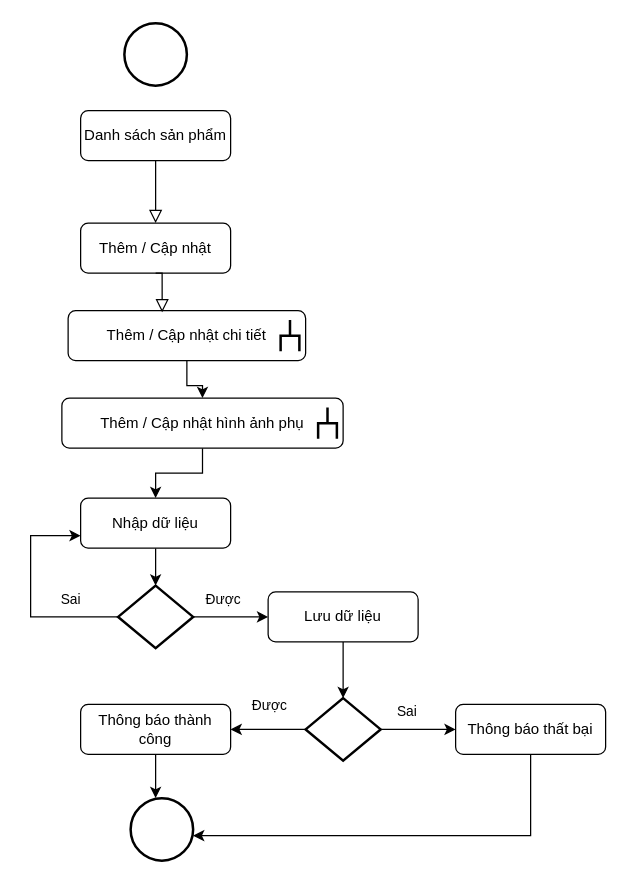
This is SanPhamFl.drawio from duongquocvu0411/CDSG-CNPM, a draw.io file, before an edit. Source tidied: cells renumbered, new cells numbered last; positions are measured from the earlier drawing's top-left corner, leaving out a move shared by most shapes. Both pictures are drawn from the tidied source at 125%, with x=0, y=0 at pixel (30, 22).
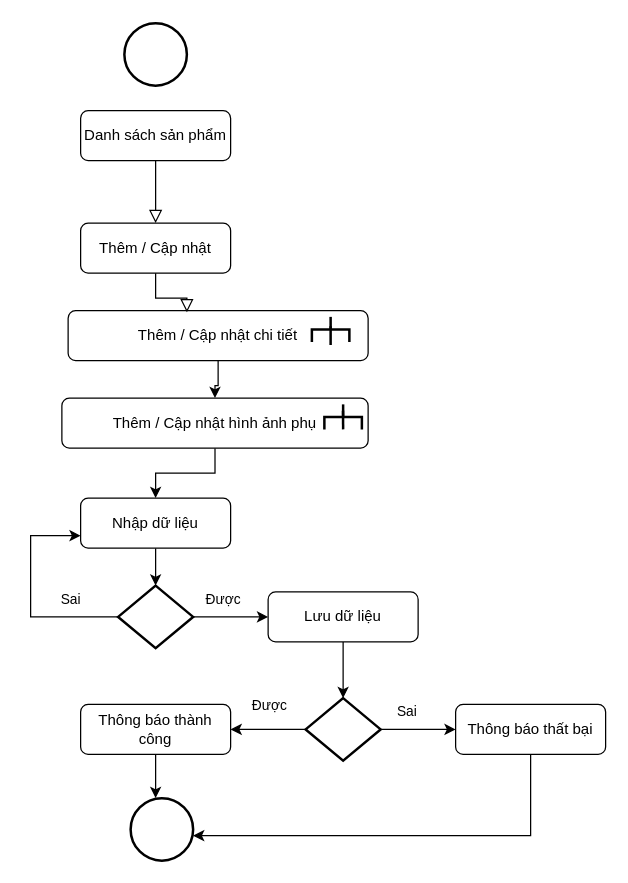
The same page after the edit.

The edit, as a diff of the source:
```diff
@@
     <mxCell id="26" value="Thêm / Cập nhật chi tiết" style="rounded=1;whiteSpace=wrap;html=1;fontSize=12;glass=0;strokeWidth=1;shadow=0;" parent="1" vertex="1">
-      <mxGeometry x="30" y="230" width="190" height="40" as="geometry" />
+      <mxGeometry x="30" y="230" width="240" height="40" as="geometry" />
     </mxCell>
@@
-    <mxCell id="28" style="strokeWidth=2;html=1;shape=mxgraph.flowchart.annotation_2;align=left;labelPosition=right;direction=south;" parent="1" vertex="1">
-      <mxGeometry x="200" y="237.5" width="15" height="25" as="geometry" />
-    </mxCell>
@@
     <mxCell id="30" value="Thêm / Cập nhật hình ảnh phụ" style="rounded=1;whiteSpace=wrap;html=1;fontSize=12;glass=0;strokeWidth=1;shadow=0;" parent="1" vertex="1">
-      <mxGeometry x="25" y="300" width="225" height="40" as="geometry" />
+      <mxGeometry x="25" y="300" width="245" height="40" as="geometry" />
     </mxCell>
-    <mxCell id="31" style="strokeWidth=2;html=1;shape=mxgraph.flowchart.annotation_2;align=left;labelPosition=right;direction=south;" parent="1" vertex="1">
-      <mxGeometry x="230" y="307.5" width="15" height="25" as="geometry" />
-    </mxCell>
+    <mxCell id="32" style="strokeWidth=2;html=1;shape=mxgraph.flowchart.annotation_2;align=left;labelPosition=right;rotation=90;" parent="1" vertex="1">
+      <mxGeometry x="240" y="300" width="20" height="30" as="geometry" />
+    </mxCell>
+    <mxCell id="33" style="endArrow=none;html=1;rounded=0;strokeWidth=2;entryX=0.25;entryY=0.503;entryDx=0;entryDy=0;entryPerimeter=0;exitX=1;exitY=0.5;exitDx=0;exitDy=0;exitPerimeter=0;" parent="1" edge="1" source="32" target="32">
+      <mxGeometry relative="1" as="geometry" />
+    </mxCell>
+    <mxCell id="34" style="strokeWidth=2;html=1;shape=mxgraph.flowchart.annotation_2;align=left;labelPosition=right;rotation=90;" parent="1" vertex="1">
+      <mxGeometry x="230" y="230" width="20" height="30" as="geometry" />
+    </mxCell>
+    <mxCell id="35" style="endArrow=none;html=1;rounded=0;strokeWidth=2;entryX=0.25;entryY=0.503;entryDx=0;entryDy=0;entryPerimeter=0;exitX=1;exitY=0.5;exitDx=0;exitDy=0;exitPerimeter=0;" parent="1" edge="1">
+      <mxGeometry relative="1" as="geometry">
+        <mxPoint x="240" y="257.5" as="sourcePoint" />
+        <mxPoint x="240" y="242.5" as="targetPoint" />
+      </mxGeometry>
+    </mxCell>
```
